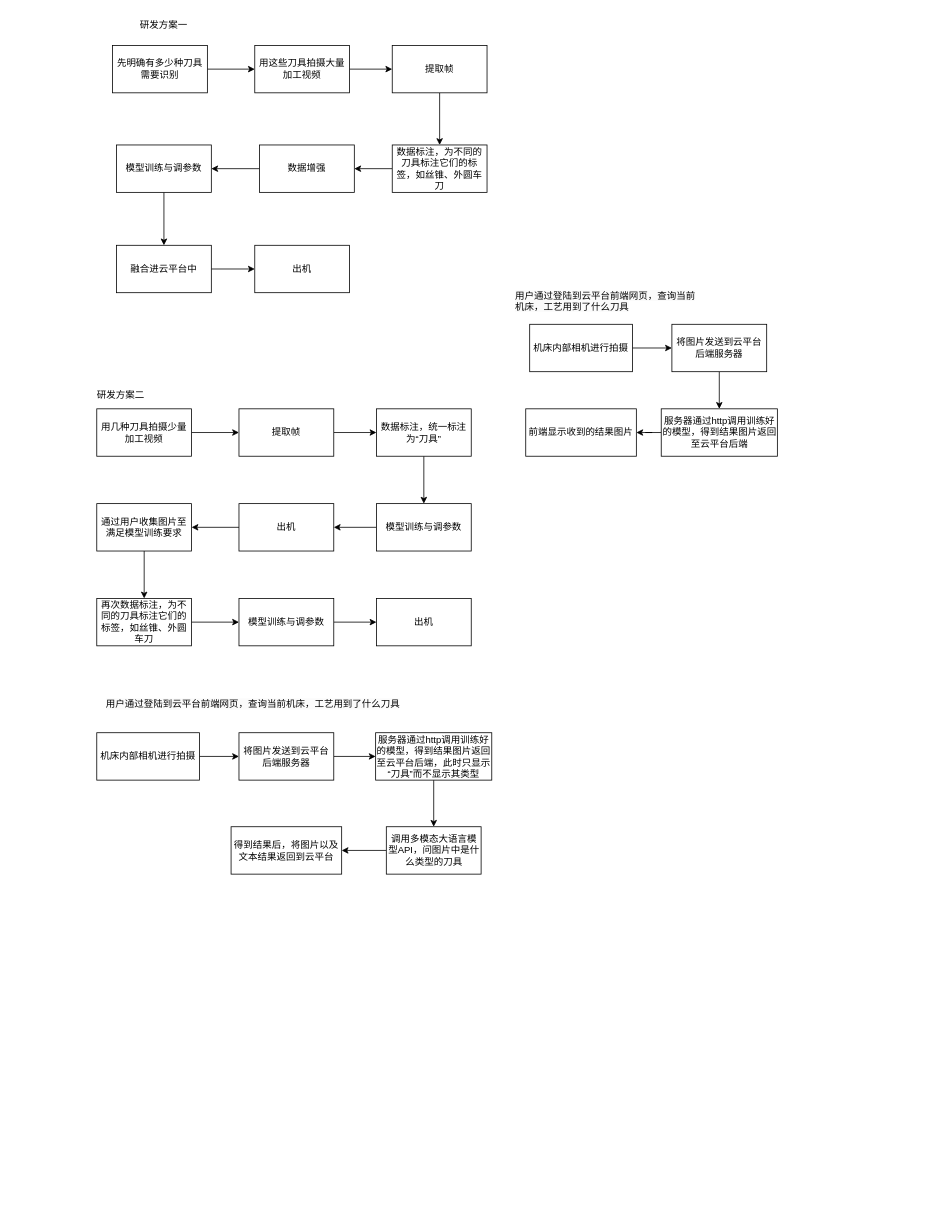
This is 未命名绘图.drawio from llxgdtop/weblab-project, a draw.io file, before an edit. Source tidied: cells renumbered, new cells numbered last; positions are measured from the earlier drawing's top-left corner, leaving out a move shared by most shapes. Both pictures are drawn from the tidied source at 79%, with x=0, y=0 at pixel (88, 13).
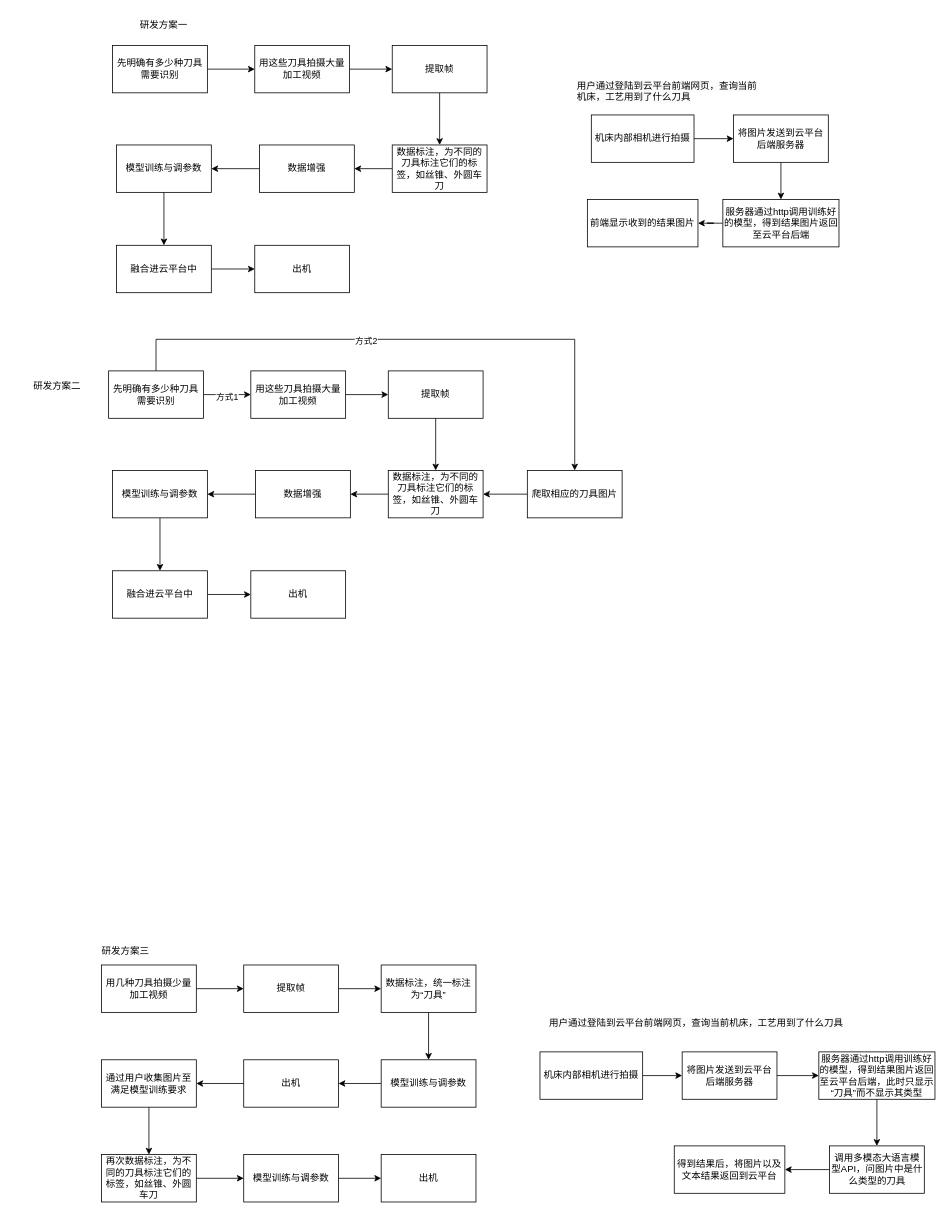
The same diagram, later.

Commit message:
更新未命名绘图.drawio

Diff of the diagram source:
```diff
@@
     <mxCell id="12" value="用几种刀具拍摄少量加工视频" style="rounded=0;whiteSpace=wrap;html=1;" parent="1" vertex="1">
-      <mxGeometry x="10" y="500" width="120" height="60" as="geometry" />
+      <mxGeometry x="16" y="1204" width="120" height="60" as="geometry" />
     </mxCell>
@@
     <mxCell id="14" value="提取帧" style="rounded=0;whiteSpace=wrap;html=1;" parent="1" vertex="1">
-      <mxGeometry x="190" y="500" width="120" height="60" as="geometry" />
+      <mxGeometry x="196" y="1204" width="120" height="60" as="geometry" />
     </mxCell>
@@
     <mxCell id="18" value="数据标注，统一标注为“刀具”" style="rounded=0;whiteSpace=wrap;html=1;" parent="1" vertex="1">
-      <mxGeometry x="364" y="500" width="120" height="60" as="geometry" />
+      <mxGeometry x="370" y="1204" width="120" height="60" as="geometry" />
     </mxCell>
     <mxCell id="19" style="edgeStyle=orthogonalEdgeStyle;rounded=0;orthogonalLoop=1;jettySize=auto;html=1;entryX=0.5;entryY=0;entryDx=0;entryDy=0;exitX=1;exitY=0.5;exitDx=0;exitDy=0;" parent="1" edge="1" source="23" target="23">
       <mxGeometry relative="1" as="geometry">
         <Array as="points">
-          <mxPoint x="250" y="650" />
+          <mxPoint x="256" y="1354" />
         </Array>
       </mxGeometry>
     </mxCell>
@@
     <mxCell id="21" value="模型训练与调参数" style="rounded=0;whiteSpace=wrap;html=1;" parent="1" vertex="1">
-      <mxGeometry x="364" y="620" width="120" height="60" as="geometry" />
+      <mxGeometry x="370" y="1324" width="120" height="60" as="geometry" />
     </mxCell>
@@
     <mxCell id="23" value="出机" style="rounded=0;whiteSpace=wrap;html=1;" parent="1" vertex="1">
-      <mxGeometry x="190" y="620" width="120" height="60" as="geometry" />
+      <mxGeometry x="196" y="1324" width="120" height="60" as="geometry" />
     </mxCell>
@@
     <mxCell id="25" value="机床内部相机进行拍摄" style="rounded=0;whiteSpace=wrap;html=1;" parent="1" vertex="1">
-      <mxGeometry x="558" y="393" width="130" height="60" as="geometry" />
+      <mxGeometry x="636" y="128" width="130" height="60" as="geometry" />
     </mxCell>
     <mxCell id="26" value="&lt;span style=&quot;color: rgb(0, 0, 0); font-family: Helvetica; font-size: 12px; font-style: normal; font-variant-ligatures: normal; font-variant-caps: normal; font-weight: 400; letter-spacing: normal; orphans: 2; text-align: center; text-indent: 0px; text-transform: none; widows: 2; word-spacing: 0px; -webkit-text-stroke-width: 0px; white-space: normal; background-color: rgb(251, 251, 251); text-decoration-thickness: initial; text-decoration-style: initial; text-decoration-color: initial; float: none; display: inline !important;&quot;&gt;用户通过登陆到云平台前端网页，查询当前机床，工艺用到了什么刀具&lt;/span&gt;" style="text;whiteSpace=wrap;html=1;" parent="1" vertex="1">
-      <mxGeometry x="538" y="343" width="230" height="40" as="geometry" />
+      <mxGeometry x="616" y="78" width="230" height="40" as="geometry" />
     </mxCell>
@@
     <mxCell id="29" value="将图片发送到云平台后端服务器" style="rounded=0;whiteSpace=wrap;html=1;" parent="1" vertex="1">
-      <mxGeometry x="738" y="393" width="120" height="60" as="geometry" />
+      <mxGeometry x="816" y="128" width="120" height="60" as="geometry" />
     </mxCell>
@@
     <mxCell id="31" value="服务器通过http调用训练好的模型，得到结果图片返回至云平台后端" style="rounded=0;whiteSpace=wrap;html=1;" parent="1" vertex="1">
-      <mxGeometry x="724.5" y="500" width="147" height="60" as="geometry" />
+      <mxGeometry x="802.5" y="235" width="147" height="60" as="geometry" />
     </mxCell>
     <mxCell id="32" value="前端显示收到的结果图片" style="rounded=0;whiteSpace=wrap;html=1;" parent="1" vertex="1">
-      <mxGeometry x="553" y="500" width="140" height="60" as="geometry" />
+      <mxGeometry x="631" y="235" width="140" height="60" as="geometry" />
     </mxCell>
-    <mxCell id="33" value="研发方案二" style="text;html=1;align=center;verticalAlign=middle;strokeColor=none;fillColor=none;" parent="1" vertex="1">
-      <mxGeometry y="468" width="80" height="30" as="geometry" />
+    <mxCell id="33" value="研发方案三" style="text;html=1;align=center;verticalAlign=middle;strokeColor=none;fillColor=none;" parent="1" vertex="1">
+      <mxGeometry x="7" y="1174" width="78" height="26" as="geometry" />
     </mxCell>
@@
     <mxCell id="35" value="通过用户收集图片至满足模型训练要求" style="rounded=0;whiteSpace=wrap;html=1;" parent="1" vertex="1">
-      <mxGeometry x="10" y="620" width="120" height="60" as="geometry" />
+      <mxGeometry x="16" y="1324" width="120" height="60" as="geometry" />
     </mxCell>
@@
     <mxCell id="37" value="再次数据标注，为不同的刀具标注它们的标签，如丝锥、外圆车刀" style="rounded=0;whiteSpace=wrap;html=1;" parent="1" vertex="1">
-      <mxGeometry x="10" y="740" width="120" height="60" as="geometry" />
+      <mxGeometry x="16" y="1444" width="120" height="60" as="geometry" />
     </mxCell>
@@
     <mxCell id="39" value="模型训练与调参数" style="rounded=0;whiteSpace=wrap;html=1;" parent="1" vertex="1">
-      <mxGeometry x="190" y="740" width="120" height="60" as="geometry" />
+      <mxGeometry x="196" y="1444" width="120" height="60" as="geometry" />
     </mxCell>
     <mxCell id="40" value="出机" style="rounded=0;whiteSpace=wrap;html=1;" parent="1" vertex="1">
-      <mxGeometry x="364" y="740" width="120" height="60" as="geometry" />
+      <mxGeometry x="370" y="1444" width="120" height="60" as="geometry" />
     </mxCell>
     <mxCell id="41" value="&lt;span style=&quot;color: rgb(0, 0, 0); font-family: Helvetica; font-size: 12px; font-style: normal; font-variant-ligatures: normal; font-variant-caps: normal; font-weight: 400; letter-spacing: normal; orphans: 2; text-align: center; text-indent: 0px; text-transform: none; widows: 2; word-spacing: 0px; -webkit-text-stroke-width: 0px; white-space: normal; background-color: rgb(251, 251, 251); text-decoration-thickness: initial; text-decoration-style: initial; text-decoration-color: initial; display: inline !important; float: none;&quot;&gt;用户通过登陆到云平台前端网页，查询当前机床，工艺用到了什么刀具&lt;/span&gt;" style="text;whiteSpace=wrap;html=1;" parent="1" vertex="1">
-      <mxGeometry x="20" y="860" width="410" height="40" as="geometry" />
+      <mxGeometry x="581" y="1264" width="410" height="40" as="geometry" />
     </mxCell>
@@
     <mxCell id="43" value="机床内部相机进行拍摄" style="rounded=0;whiteSpace=wrap;html=1;" parent="1" vertex="1">
-      <mxGeometry x="10" y="910" width="130" height="60" as="geometry" />
+      <mxGeometry x="571" y="1314" width="130" height="60" as="geometry" />
     </mxCell>
@@
     <mxCell id="45" value="将图片发送到云平台后端服务器" style="rounded=0;whiteSpace=wrap;html=1;" parent="1" vertex="1">
-      <mxGeometry x="190" y="910" width="120" height="60" as="geometry" />
+      <mxGeometry x="751" y="1314" width="120" height="60" as="geometry" />
     </mxCell>
@@
     <mxCell id="47" value="服务器通过http调用训练好的模型，得到结果图片返回至云平台后端，此时只显示“刀具”而不显示其类型" style="rounded=0;whiteSpace=wrap;html=1;" parent="1" vertex="1">
-      <mxGeometry x="363" y="910" width="147" height="60" as="geometry" />
+      <mxGeometry x="924" y="1314" width="147" height="60" as="geometry" />
     </mxCell>
     <mxCell id="48" value="得到结果后，将图片以及文本结果返回到云平台" style="rounded=0;whiteSpace=wrap;html=1;" parent="1" vertex="1">
-      <mxGeometry x="180" y="1029" width="140" height="60" as="geometry" />
+      <mxGeometry x="741" y="1433" width="140" height="60" as="geometry" />
     </mxCell>
@@
     <mxCell id="50" value="调用多模态大语言模型API，问图片中是什么类型的刀具" style="rounded=0;whiteSpace=wrap;html=1;" parent="1" vertex="1">
-      <mxGeometry x="376.5" y="1029" width="120" height="60" as="geometry" />
+      <mxGeometry x="937.5" y="1433" width="120" height="60" as="geometry" />
     </mxCell>
@@
+    <mxCell id="55" style="edgeStyle=orthogonalEdgeStyle;rounded=0;jettySize=auto;html=1;" parent="1" edge="1" source="56" target="58">
+      <mxGeometry relative="1" as="geometry" />
+    </mxCell>
+    <mxCell id="56" value="用这些刀具拍摄大量加工视频" style="rounded=0;whiteSpace=wrap;html=1;" parent="1" vertex="1">
+      <mxGeometry x="205" y="452" width="120" height="60" as="geometry" />
+    </mxCell>
+    <mxCell id="57" style="edgeStyle=orthogonalEdgeStyle;rounded=0;jettySize=auto;html=1;" parent="1" edge="1" source="58" target="73">
+      <mxGeometry relative="1" as="geometry" />
+    </mxCell>
+    <mxCell id="58" value="提取帧" style="rounded=0;whiteSpace=wrap;html=1;" parent="1" vertex="1">
+      <mxGeometry x="379" y="452" width="120" height="60" as="geometry" />
+    </mxCell>
+    <mxCell id="59" style="edgeStyle=orthogonalEdgeStyle;rounded=0;jettySize=auto;html=1;" parent="1" edge="1" source="60" target="62">
+      <mxGeometry relative="1" as="geometry" />
+    </mxCell>
+    <mxCell id="60" value="数据增强" style="rounded=0;whiteSpace=wrap;html=1;" parent="1" vertex="1">
+      <mxGeometry x="211" y="578" width="120" height="60" as="geometry" />
+    </mxCell>
+    <mxCell id="61" style="edgeStyle=orthogonalEdgeStyle;rounded=0;jettySize=auto;html=1;" parent="1" edge="1" source="62" target="71">
+      <mxGeometry relative="1" as="geometry" />
+    </mxCell>
+    <mxCell id="62" value="模型训练与调参数" style="rounded=0;whiteSpace=wrap;html=1;" parent="1" vertex="1">
+      <mxGeometry x="30" y="578" width="120" height="60" as="geometry" />
+    </mxCell>
+    <mxCell id="63" value="出机" style="rounded=0;whiteSpace=wrap;html=1;" parent="1" vertex="1">
+      <mxGeometry x="205" y="705" width="120" height="60" as="geometry" />
+    </mxCell>
+    <mxCell id="64" style="edgeStyle=orthogonalEdgeStyle;rounded=0;jettySize=auto;html=1;" parent="1" edge="1" source="68" target="56">
+      <mxGeometry relative="1" as="geometry" />
+    </mxCell>
+    <mxCell id="65" value="方式1" style="edgeLabel;html=1;align=center;verticalAlign=middle;" parent="64" vertex="1">
+      <mxGeometry x="-0.03" y="-2" relative="1" as="geometry" />
+    </mxCell>
+    <mxCell id="66" style="edgeStyle=orthogonalEdgeStyle;rounded=0;jettySize=auto;html=1;entryX=0.5;entryY=0;entryDx=0;entryDy=0;" parent="1" edge="1" source="68" target="75">
+      <mxGeometry relative="1" as="geometry">
+        <Array as="points">
+          <mxPoint x="85" y="412" />
+          <mxPoint x="615" y="412" />
+        </Array>
+      </mxGeometry>
+    </mxCell>
+    <mxCell id="67" value="方式2" style="edgeLabel;html=1;align=center;verticalAlign=middle;" parent="66" vertex="1">
+      <mxGeometry x="-0.17" y="-2" relative="1" as="geometry" />
+    </mxCell>
+    <mxCell id="68" value="先明确有多少种刀具需要识别" style="rounded=0;whiteSpace=wrap;html=1;" parent="1" vertex="1">
+      <mxGeometry x="25" y="452" width="120" height="60" as="geometry" />
+    </mxCell>
+    <mxCell id="69" value="研发方案二" style="text;html=1;align=center;verticalAlign=middle;whiteSpace=wrap;rounded=0;" parent="1" vertex="1">
+      <mxGeometry x="-95" y="457" width="110" height="30" as="geometry" />
+    </mxCell>
+    <mxCell id="70" style="edgeStyle=orthogonalEdgeStyle;rounded=0;jettySize=auto;html=1;" parent="1" edge="1" source="71" target="63">
+      <mxGeometry relative="1" as="geometry" />
+    </mxCell>
+    <mxCell id="71" value="融合进云平台中" style="rounded=0;whiteSpace=wrap;html=1;" parent="1" vertex="1">
+      <mxGeometry x="30" y="705" width="120" height="60" as="geometry" />
+    </mxCell>
+    <mxCell id="72" style="edgeStyle=orthogonalEdgeStyle;rounded=0;jettySize=auto;html=1;" parent="1" edge="1" source="73" target="60">
+      <mxGeometry relative="1" as="geometry" />
+    </mxCell>
+    <mxCell id="73" value="数据标注，为不同的刀具标注它们的标签，如丝锥、外圆车刀" style="rounded=0;whiteSpace=wrap;html=1;" parent="1" vertex="1">
+      <mxGeometry x="379" y="578" width="120" height="60" as="geometry" />
+    </mxCell>
+    <mxCell id="74" style="edgeStyle=orthogonalEdgeStyle;rounded=0;jettySize=auto;html=1;" parent="1" edge="1" source="75" target="73">
+      <mxGeometry relative="1" as="geometry" />
+    </mxCell>
+    <mxCell id="75" value="爬取相应的刀具图片" style="rounded=0;whiteSpace=wrap;html=1;" parent="1" vertex="1">
+      <mxGeometry x="555" y="578" width="120" height="60" as="geometry" />
+    </mxCell>
```
